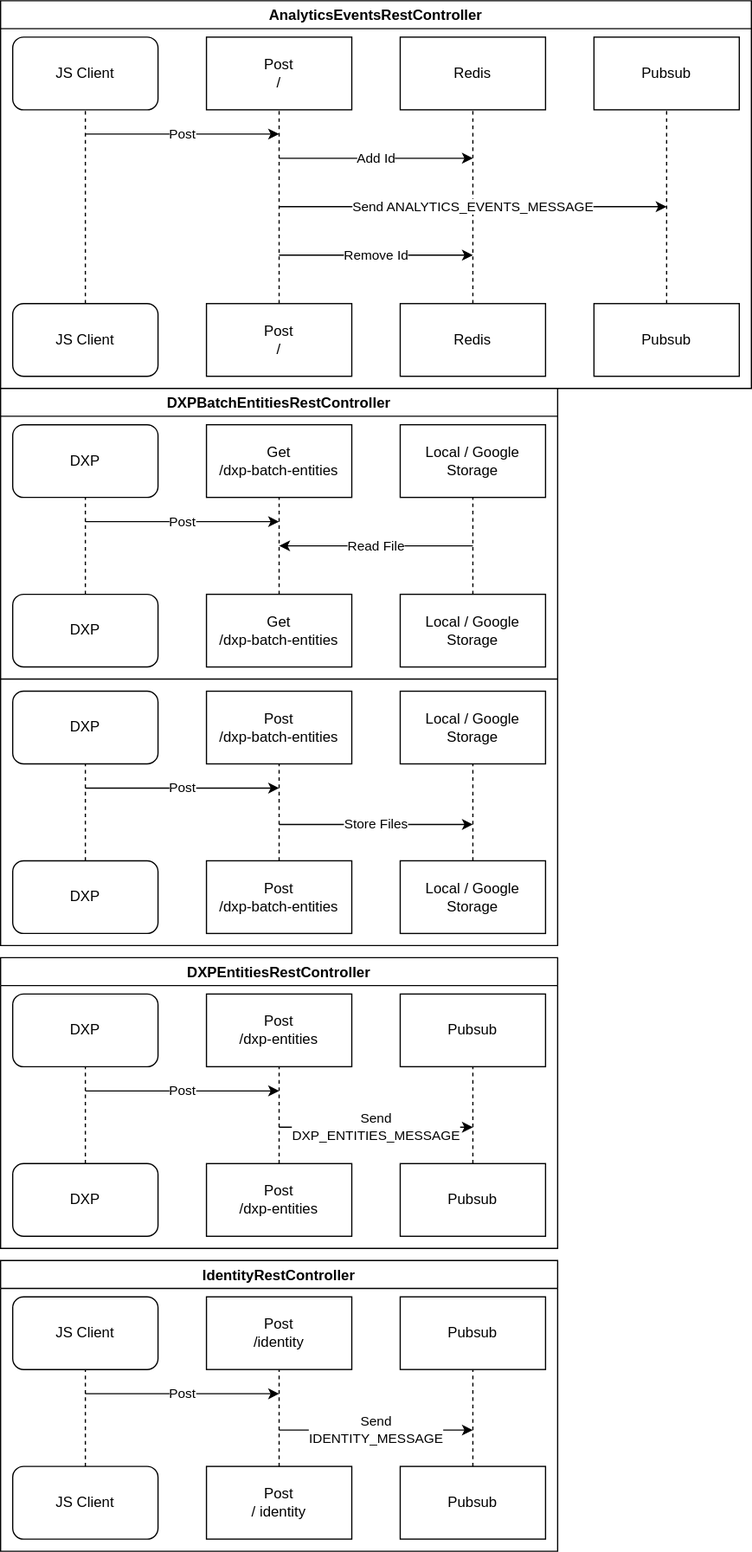
brandonyee333/test keeps this draw.io diagram as modules/dxp/apps/osb/osb-asah/osb-asah-publisher/publisher.drawio.svg. Above is the earlier version. Source tidied: cells renumbered, new cells last; positions are measured from the earlier drawing's top-left corner, leaving out a move shared by most shapes.
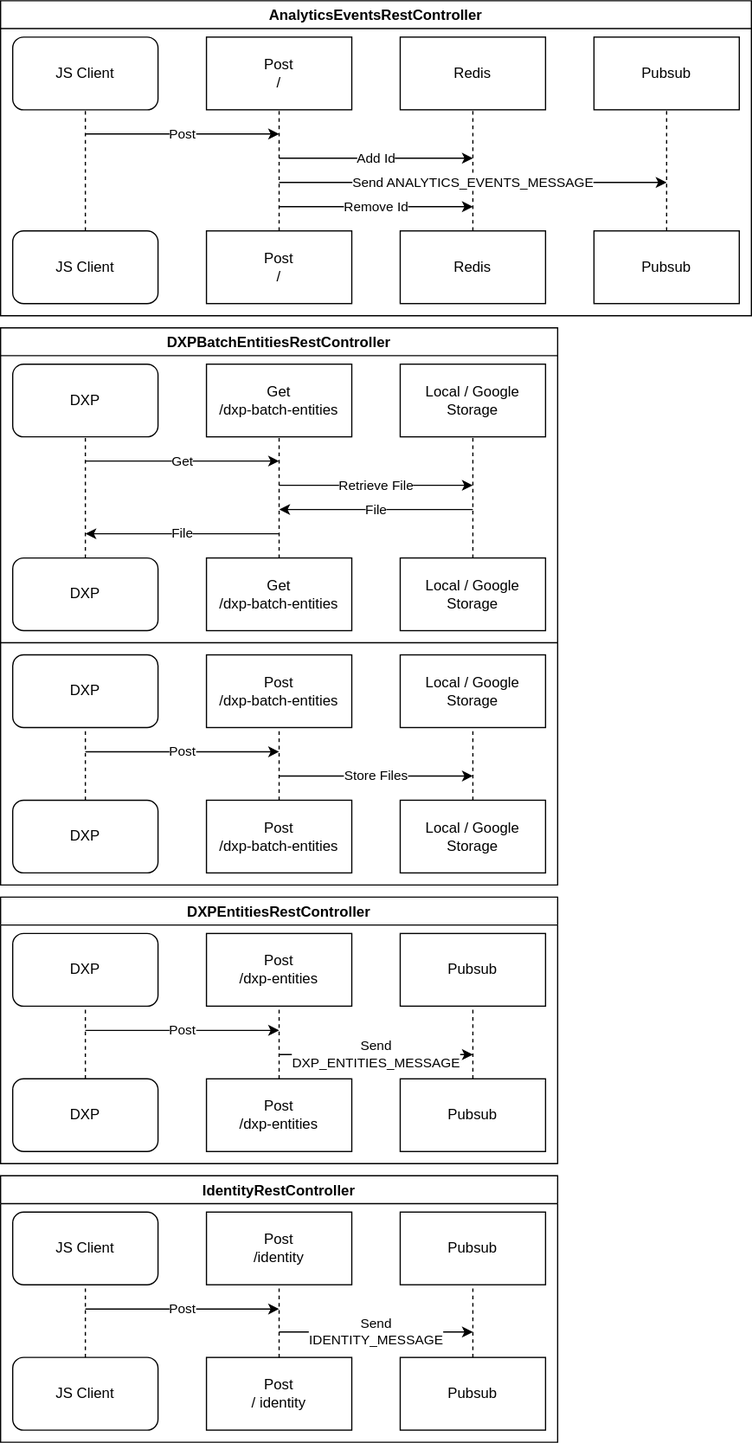
The same diagram one commit later.

Commit message:
LRAC-7997 Update diagrams

Change to the diagram source:
```diff
@@ -2,8 +2,8 @@
   <root>
     <mxCell id="0" />
     <mxCell id="1" parent="0" />
-    <mxCell id="2" value="AnalyticsEventsRestController" style="swimlane;" parent="1" vertex="1">
-      <mxGeometry width="620" height="320" as="geometry" />
+    <mxCell id="2" value="AnalyticsEventsRestController" style="swimlane;swimlaneFillColor=#ffffff;" parent="1" vertex="1">
+      <mxGeometry width="620" height="260" as="geometry" />
     </mxCell>
     <mxCell id="3" style="edgeStyle=orthogonalEdgeStyle;rounded=0;orthogonalLoop=1;jettySize=auto;html=1;exitX=0.5;exitY=1;exitDx=0;exitDy=0;" parent="2" edge="1">
       <mxGeometry relative="1" as="geometry">
@@ -15,19 +15,19 @@
       <mxGeometry x="170" y="30" width="120" height="60" as="geometry" />
     </mxCell>
     <mxCell id="5" value="&lt;span&gt;Post&lt;br&gt;/&lt;/span&gt;" style="rounded=0;whiteSpace=wrap;html=1;" parent="2" vertex="1">
-      <mxGeometry x="170" y="250" width="120" height="60" as="geometry" />
+      <mxGeometry x="170" y="190" width="120" height="60" as="geometry" />
     </mxCell>
     <mxCell id="6" value="Redis" style="rounded=0;whiteSpace=wrap;html=1;" parent="2" vertex="1">
       <mxGeometry x="330" y="30" width="120" height="60" as="geometry" />
     </mxCell>
     <mxCell id="7" value="Redis" style="rounded=0;whiteSpace=wrap;html=1;" parent="2" vertex="1">
-      <mxGeometry x="330" y="250" width="120" height="60" as="geometry" />
+      <mxGeometry x="330" y="190" width="120" height="60" as="geometry" />
     </mxCell>
     <mxCell id="8" value="Pubsub" style="rounded=0;whiteSpace=wrap;html=1;" parent="2" vertex="1">
       <mxGeometry x="490" y="30" width="120" height="60" as="geometry" />
     </mxCell>
     <mxCell id="9" value="Pubsub" style="rounded=0;whiteSpace=wrap;html=1;" parent="2" vertex="1">
-      <mxGeometry x="490" y="250" width="120" height="60" as="geometry" />
+      <mxGeometry x="490" y="190" width="120" height="60" as="geometry" />
     </mxCell>
     <mxCell id="10" style="endArrow=none;dashed=1;html=1;entryX=0.5;entryY=1;entryDx=0;entryDy=0;exitX=0.5;exitY=0;exitDx=0;exitDy=0;" parent="2" edge="1" source="5" target="4">
       <mxGeometry relative="1" as="geometry" />
@@ -46,14 +46,14 @@
     </mxCell>
     <mxCell id="14" value="Send ANALYTICS_EVENTS_MESSAGE&amp;nbsp;" style="endArrow=classic;html=1;" parent="2" edge="1">
       <mxGeometry relative="1" as="geometry">
-        <mxPoint x="230" y="170" as="sourcePoint" />
-        <mxPoint x="550" y="170" as="targetPoint" />
+        <mxPoint x="230" y="150" as="sourcePoint" />
+        <mxPoint x="550" y="150" as="targetPoint" />
       </mxGeometry>
     </mxCell>
     <mxCell id="15" value="Remove&amp;nbsp;Id" style="endArrow=classic;html=1;" parent="2" edge="1">
       <mxGeometry relative="1" as="geometry">
-        <mxPoint x="230" y="210" as="sourcePoint" />
-        <mxPoint x="390" y="210" as="targetPoint" />
+        <mxPoint x="230" y="170" as="sourcePoint" />
+        <mxPoint x="390" y="170" as="targetPoint" />
       </mxGeometry>
     </mxCell>
     <mxCell id="16" value="JS Client" style="rounded=1;whiteSpace=wrap;html=1;" parent="2" vertex="1">
@@ -63,7 +63,7 @@
       <mxGeometry relative="1" as="geometry" />
     </mxCell>
     <mxCell id="18" value="JS Client" style="rounded=1;whiteSpace=wrap;html=1;" parent="2" vertex="1">
-      <mxGeometry x="10" y="250" width="120" height="60" as="geometry" />
+      <mxGeometry x="10" y="190" width="120" height="60" as="geometry" />
     </mxCell>
     <mxCell id="19" value="Post" style="endArrow=classic;html=1;" parent="2" edge="1">
       <mxGeometry relative="1" as="geometry">
@@ -71,8 +71,8 @@
         <mxPoint x="230" y="110" as="targetPoint" />
       </mxGeometry>
     </mxCell>
-    <mxCell id="20" value="DXPBatchEntitiesRestController" style="swimlane;" parent="1" vertex="1">
-      <mxGeometry y="320" width="460" height="460" as="geometry" />
+    <mxCell id="20" value="DXPBatchEntitiesRestController" style="swimlane;swimlaneFillColor=#ffffff;" parent="1" vertex="1">
+      <mxGeometry y="270" width="460" height="460" as="geometry" />
     </mxCell>
     <mxCell id="21" style="edgeStyle=orthogonalEdgeStyle;rounded=0;orthogonalLoop=1;jettySize=auto;html=1;exitX=0.5;exitY=1;exitDx=0;exitDy=0;" parent="20" edge="1">
       <mxGeometry relative="1" as="geometry">
@@ -84,13 +84,13 @@
       <mxGeometry x="170" y="30" width="120" height="60" as="geometry" />
     </mxCell>
     <mxCell id="23" value="Get&lt;span&gt;&lt;br&gt;/dxp-batch-entities&lt;br&gt;&lt;/span&gt;" style="rounded=0;whiteSpace=wrap;html=1;" parent="20" vertex="1">
-      <mxGeometry x="170" y="170" width="120" height="60" as="geometry" />
+      <mxGeometry x="170" y="190" width="120" height="60" as="geometry" />
     </mxCell>
     <mxCell id="24" value="Local / Google&lt;br&gt;Storage" style="rounded=0;whiteSpace=wrap;html=1;" parent="20" vertex="1">
       <mxGeometry x="330" y="30" width="120" height="60" as="geometry" />
     </mxCell>
     <mxCell id="25" value="Local / Google&lt;br&gt;Storage" style="rounded=0;whiteSpace=wrap;html=1;" parent="20" vertex="1">
-      <mxGeometry x="330" y="170" width="120" height="60" as="geometry" />
+      <mxGeometry x="330" y="190" width="120" height="60" as="geometry" />
     </mxCell>
     <mxCell id="26" style="endArrow=none;dashed=1;html=1;entryX=0.5;entryY=1;entryDx=0;entryDy=0;exitX=0.5;exitY=0;exitDx=0;exitDy=0;" parent="20" edge="1" source="23" target="22">
       <mxGeometry relative="1" as="geometry" />
@@ -98,10 +98,10 @@
     <mxCell id="27" style="endArrow=none;dashed=1;html=1;exitX=0.5;exitY=0;exitDx=0;exitDy=0;entryX=0.5;entryY=1;entryDx=0;entryDy=0;" parent="20" edge="1" source="25" target="24">
       <mxGeometry relative="1" as="geometry" />
     </mxCell>
-    <mxCell id="28" value="Read File" style="endArrow=classic;html=1;" parent="20" edge="1">
+    <mxCell id="28" value="File" style="endArrow=classic;html=1;" parent="20" edge="1">
       <mxGeometry relative="1" as="geometry">
-        <mxPoint x="390" y="130" as="sourcePoint" />
-        <mxPoint x="230" y="130" as="targetPoint" />
+        <mxPoint x="390" y="150" as="sourcePoint" />
+        <mxPoint x="230" y="150" as="targetPoint" />
       </mxGeometry>
     </mxCell>
     <mxCell id="29" value="DXP" style="rounded=1;whiteSpace=wrap;html=1;glass=0;shadow=0;sketch=0;" parent="20" vertex="1">
@@ -111,9 +111,9 @@
       <mxGeometry relative="1" as="geometry" />
     </mxCell>
     <mxCell id="31" value="DXP" style="rounded=1;whiteSpace=wrap;html=1;glass=0;shadow=0;sketch=0;" parent="20" vertex="1">
-      <mxGeometry x="10" y="170" width="120" height="60" as="geometry" />
+      <mxGeometry x="10" y="190" width="120" height="60" as="geometry" />
     </mxCell>
-    <mxCell id="32" value="Post" style="endArrow=classic;html=1;" parent="20" edge="1">
+    <mxCell id="32" value="Get" style="endArrow=classic;html=1;" parent="20" edge="1">
       <mxGeometry relative="1" as="geometry">
         <mxPoint x="70" y="110" as="sourcePoint" />
         <mxPoint x="230" y="110" as="targetPoint" />
@@ -121,18 +121,18 @@
     </mxCell>
     <mxCell id="33" style="edgeStyle=orthogonalEdgeStyle;rounded=0;orthogonalLoop=1;jettySize=auto;html=1;exitX=0.5;exitY=1;exitDx=0;exitDy=0;" parent="20" edge="1">
       <mxGeometry relative="1" as="geometry">
-        <mxPoint x="430" y="310" as="sourcePoint" />
-        <mxPoint x="430" y="310" as="targetPoint" />
+        <mxPoint x="430" y="330" as="sourcePoint" />
+        <mxPoint x="430" y="330" as="targetPoint" />
       </mxGeometry>
     </mxCell>
     <mxCell id="34" value="&lt;span&gt;Post&lt;br&gt;/dxp-batch-entities&lt;br&gt;&lt;/span&gt;" style="rounded=0;whiteSpace=wrap;html=1;" parent="20" vertex="1">
-      <mxGeometry x="170" y="250" width="120" height="60" as="geometry" />
+      <mxGeometry x="170" y="270" width="120" height="60" as="geometry" />
     </mxCell>
     <mxCell id="35" value="&lt;span&gt;Post&lt;br&gt;/dxp-batch-entities&lt;br&gt;&lt;/span&gt;" style="rounded=0;whiteSpace=wrap;html=1;" parent="20" vertex="1">
       <mxGeometry x="170" y="390" width="120" height="60" as="geometry" />
     </mxCell>
     <mxCell id="36" value="Local / Google &lt;br&gt;Storage" style="rounded=0;whiteSpace=wrap;html=1;" parent="20" vertex="1">
-      <mxGeometry x="330" y="250" width="120" height="60" as="geometry" />
+      <mxGeometry x="330" y="270" width="120" height="60" as="geometry" />
     </mxCell>
     <mxCell id="37" value="Local / Google&lt;br&gt;Storage" style="rounded=0;whiteSpace=wrap;html=1;" parent="20" vertex="1">
       <mxGeometry x="330" y="390" width="120" height="60" as="geometry" />
@@ -145,12 +145,12 @@
     </mxCell>
     <mxCell id="40" value="Store Files" style="endArrow=classic;html=1;" parent="20" edge="1">
       <mxGeometry relative="1" as="geometry">
-        <mxPoint x="230" y="360" as="sourcePoint" />
-        <mxPoint x="390" y="360" as="targetPoint" />
+        <mxPoint x="230" y="370" as="sourcePoint" />
+        <mxPoint x="390" y="370" as="targetPoint" />
       </mxGeometry>
     </mxCell>
     <mxCell id="41" value="DXP" style="rounded=1;whiteSpace=wrap;html=1;glass=0;shadow=0;sketch=0;" parent="20" vertex="1">
-      <mxGeometry x="10" y="250" width="120" height="60" as="geometry" />
+      <mxGeometry x="10" y="270" width="120" height="60" as="geometry" />
     </mxCell>
     <mxCell id="42" style="endArrow=none;dashed=1;html=1;entryX=0.5;entryY=1;entryDx=0;entryDy=0;exitX=0.5;exitY=0;exitDx=0;exitDy=0;" parent="20" edge="1" source="43" target="41">
       <mxGeometry relative="1" as="geometry" />
@@ -160,12 +160,30 @@
     </mxCell>
     <mxCell id="44" value="Post" style="endArrow=classic;html=1;" parent="20" edge="1">
       <mxGeometry relative="1" as="geometry">
-        <mxPoint x="70" y="330" as="sourcePoint" />
-        <mxPoint x="230" y="330" as="targetPoint" />
+        <mxPoint x="70" y="350" as="sourcePoint" />
+        <mxPoint x="230" y="350" as="targetPoint" />
       </mxGeometry>
     </mxCell>
+    <mxCell id="72" value="File" style="endArrow=classic;html=1;" parent="20" edge="1">
+      <mxGeometry relative="1" as="geometry">
+        <mxPoint x="230" y="170" as="sourcePoint" />
+        <mxPoint x="70" y="170" as="targetPoint" />
+      </mxGeometry>
+    </mxCell>
+    <mxCell id="73" value="Retrieve File" style="endArrow=classic;html=1;" parent="20" edge="1">
+      <mxGeometry relative="1" as="geometry">
+        <mxPoint x="230" y="130" as="sourcePoint" />
+        <mxPoint x="390" y="130" as="targetPoint" />
+      </mxGeometry>
+    </mxCell>
+    <mxCell id="71" style="endArrow=none;html=1;" parent="20" edge="1">
+      <mxGeometry relative="1" as="geometry">
+        <mxPoint y="260" as="sourcePoint" />
+        <mxPoint x="460" y="260" as="targetPoint" />
+      </mxGeometry>
+    </mxCell>
-    <mxCell id="45" value="DXPEntitiesRestController" style="swimlane;" parent="1" vertex="1">
-      <mxGeometry y="790" width="460" height="240" as="geometry" />
+    <mxCell id="45" value="DXPEntitiesRestController" style="swimlane;swimlaneFillColor=#ffffff;" parent="1" vertex="1">
+      <mxGeometry y="740" width="460" height="220" as="geometry" />
     </mxCell>
     <mxCell id="46" style="edgeStyle=orthogonalEdgeStyle;rounded=0;orthogonalLoop=1;jettySize=auto;html=1;exitX=0.5;exitY=1;exitDx=0;exitDy=0;" parent="45" edge="1">
       <mxGeometry relative="1" as="geometry">
@@ -177,13 +195,13 @@
       <mxGeometry x="170" y="30" width="120" height="60" as="geometry" />
     </mxCell>
     <mxCell id="48" value="&lt;span&gt;Post&lt;br&gt;/dxp-entities&lt;br&gt;&lt;/span&gt;" style="rounded=0;whiteSpace=wrap;html=1;" parent="45" vertex="1">
-      <mxGeometry x="170" y="170" width="120" height="60" as="geometry" />
+      <mxGeometry x="170" y="150" width="120" height="60" as="geometry" />
     </mxCell>
     <mxCell id="49" value="Pubsub" style="rounded=0;whiteSpace=wrap;html=1;" parent="45" vertex="1">
       <mxGeometry x="330" y="30" width="120" height="60" as="geometry" />
     </mxCell>
     <mxCell id="50" value="Pubsub" style="rounded=0;whiteSpace=wrap;html=1;" parent="45" vertex="1">
-      <mxGeometry x="330" y="170" width="120" height="60" as="geometry" />
+      <mxGeometry x="330" y="150" width="120" height="60" as="geometry" />
     </mxCell>
     <mxCell id="51" style="endArrow=none;dashed=1;html=1;entryX=0.5;entryY=1;entryDx=0;entryDy=0;exitX=0.5;exitY=0;exitDx=0;exitDy=0;" parent="45" edge="1" source="48" target="47">
       <mxGeometry relative="1" as="geometry" />
@@ -193,11 +211,8 @@
     </mxCell>
     <mxCell id="53" value="Send&lt;br&gt;DXP_ENTITIES_MESSAGE" style="endArrow=classic;html=1;" parent="45" edge="1">
       <mxGeometry relative="1" as="geometry">
-        <mxPoint x="230" y="140" as="sourcePoint" />
-        <mxPoint x="390" y="140" as="targetPoint" />
-        <Array as="points">
-          <mxPoint x="320" y="140" />
-        </Array>
+        <mxPoint x="230" y="130" as="sourcePoint" />
+        <mxPoint x="390" y="130" as="targetPoint" />
       </mxGeometry>
     </mxCell>
     <mxCell id="54" value="DXP" style="rounded=1;whiteSpace=wrap;html=1;glass=0;shadow=0;sketch=0;" parent="45" vertex="1">
@@ -207,7 +222,7 @@
       <mxGeometry relative="1" as="geometry" />
     </mxCell>
     <mxCell id="56" value="DXP" style="rounded=1;whiteSpace=wrap;html=1;glass=0;shadow=0;sketch=0;" parent="45" vertex="1">
-      <mxGeometry x="10" y="170" width="120" height="60" as="geometry" />
+      <mxGeometry x="10" y="150" width="120" height="60" as="geometry" />
     </mxCell>
     <mxCell id="57" value="Post" style="endArrow=classic;html=1;" parent="45" edge="1">
       <mxGeometry relative="1" as="geometry">
@@ -215,8 +230,8 @@
         <mxPoint x="230" y="110" as="targetPoint" />
       </mxGeometry>
     </mxCell>
-    <mxCell id="58" value="IdentityRestController" style="swimlane;" parent="1" vertex="1">
-      <mxGeometry y="1040" width="460" height="240" as="geometry" />
+    <mxCell id="58" value="IdentityRestController" style="swimlane;swimlaneFillColor=#ffffff;" parent="1" vertex="1">
+      <mxGeometry y="970" width="460" height="220" as="geometry" />
     </mxCell>
     <mxCell id="59" style="edgeStyle=orthogonalEdgeStyle;rounded=0;orthogonalLoop=1;jettySize=auto;html=1;exitX=0.5;exitY=1;exitDx=0;exitDy=0;" parent="58" edge="1">
       <mxGeometry relative="1" as="geometry">
@@ -228,7 +243,7 @@
       <mxGeometry x="170" y="30" width="120" height="60" as="geometry" />
     </mxCell>
     <mxCell id="61" value="&lt;span&gt;Post&lt;br&gt;/&lt;/span&gt;identity&lt;span&gt;&lt;br&gt;&lt;/span&gt;" style="rounded=0;whiteSpace=wrap;html=1;" parent="58" vertex="1">
-      <mxGeometry x="170" y="170" width="120" height="60" as="geometry" />
+      <mxGeometry x="170" y="150" width="120" height="60" as="geometry" />
     </mxCell>
     <mxCell id="62" value="Pubsub" style="rounded=0;whiteSpace=wrap;html=1;" parent="58" vertex="1">
       <mxGeometry x="330" y="30" width="120" height="60" as="geometry" />
@@ -241,8 +256,8 @@
     </mxCell>
     <mxCell id="65" value="Send&lt;br&gt;IDENTITY_MESSAGE" style="endArrow=classic;html=1;" parent="58" edge="1">
       <mxGeometry relative="1" as="geometry">
-        <mxPoint x="230" y="140" as="sourcePoint" />
-        <mxPoint x="390" y="140" as="targetPoint" />
+        <mxPoint x="230" y="129" as="sourcePoint" />
+        <mxPoint x="390" y="129" as="targetPoint" />
       </mxGeometry>
     </mxCell>
     <mxCell id="66" value="JS Client" style="rounded=1;whiteSpace=wrap;html=1;" parent="58" vertex="1">
@@ -252,7 +267,7 @@
       <mxGeometry relative="1" as="geometry" />
     </mxCell>
     <mxCell id="68" value="JS Client" style="rounded=1;whiteSpace=wrap;html=1;" parent="58" vertex="1">
-      <mxGeometry x="10" y="170" width="120" height="60" as="geometry" />
+      <mxGeometry x="10" y="150" width="120" height="60" as="geometry" />
     </mxCell>
     <mxCell id="69" value="Post" style="endArrow=classic;html=1;" parent="58" edge="1">
       <mxGeometry relative="1" as="geometry">
@@ -261,13 +276,7 @@
       </mxGeometry>
     </mxCell>
     <mxCell id="70" value="Pubsub" style="rounded=0;whiteSpace=wrap;html=1;" parent="58" vertex="1">
-      <mxGeometry x="330" y="170" width="120" height="60" as="geometry" />
+      <mxGeometry x="330" y="150" width="120" height="60" as="geometry" />
     </mxCell>
-    <mxCell id="71" style="endArrow=none;html=1;" parent="1" edge="1">
-      <mxGeometry relative="1" as="geometry">
-        <mxPoint y="560" as="sourcePoint" />
-        <mxPoint x="460" y="560" as="targetPoint" />
-      </mxGeometry>
-    </mxCell>
   </root>
 </mxGraphModel>
```
